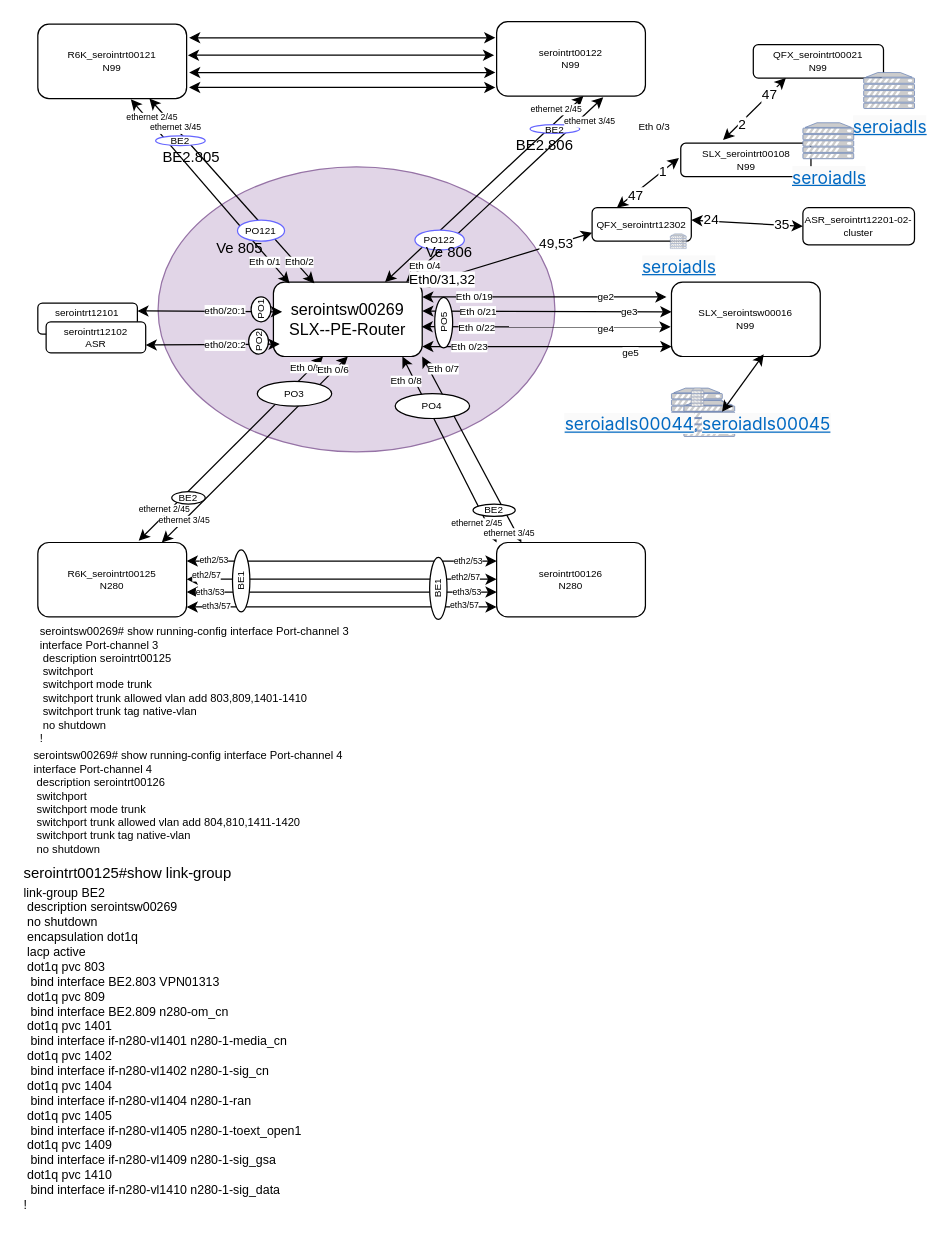
Before: N99_N280EXMPLE.drawio in nabi69/python-random-quote, a draw.io diagram. Source tidied: cells renumbered, new cells numbered last; positions are measured from the earlier drawing's top-left corner, leaving out a move shared by most shapes. Both pictures are drawn from the tidied source at 124%, with x=0, y=0 at pixel (21, 21).
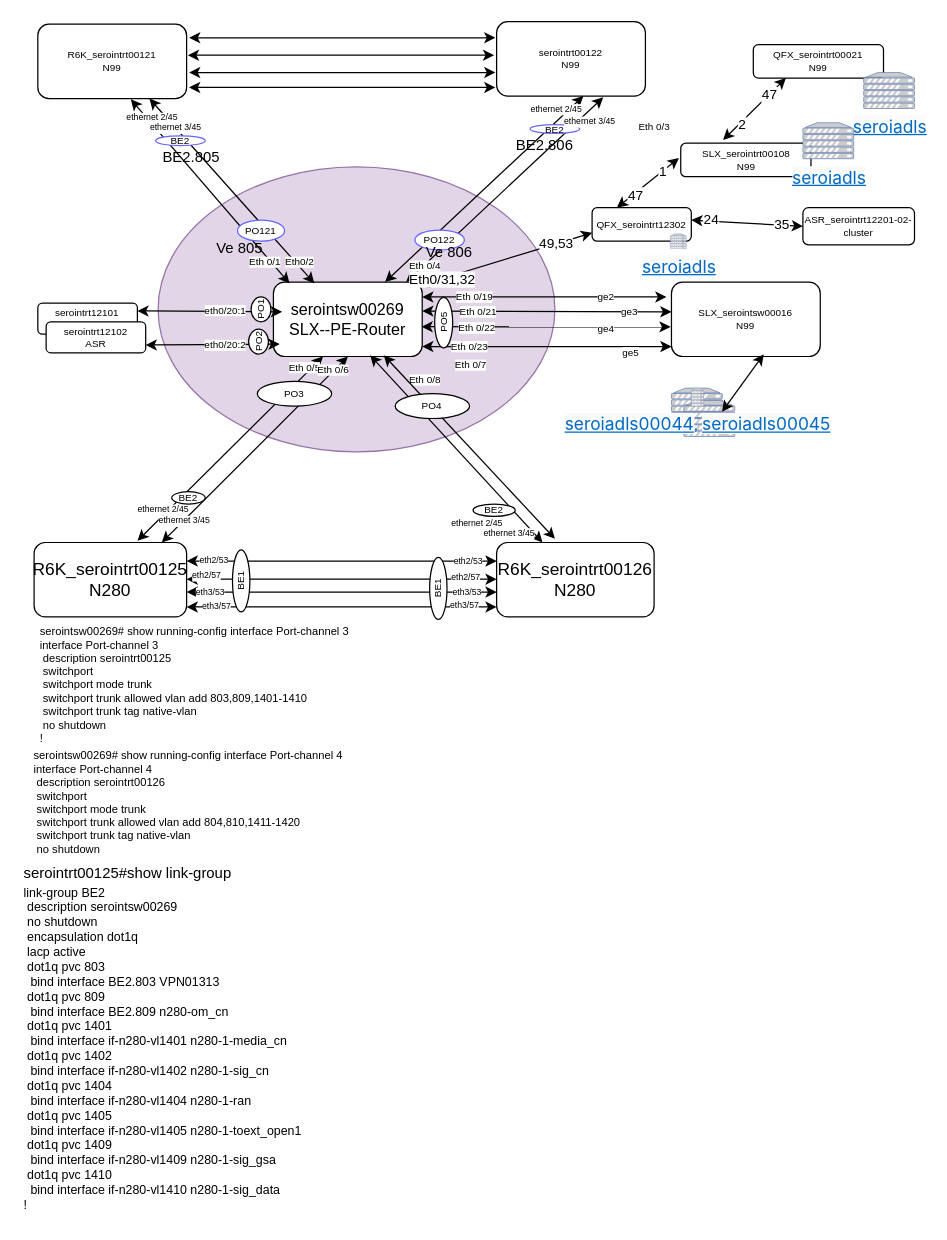
The same page after the edit.

The change refers to these unchanged cells:
```xml
<mxCell id="3" value="&lt;font style=&quot;font-size: 13px;&quot;&gt;serointsw00269&lt;br style=&quot;&quot;&gt;SLX--PE-Router&lt;/font&gt;" style="rounded=1;whiteSpace=wrap;html=1;fontSize=8;" parent="1" vertex="1">
  <mxGeometry x="203" y="210" width="120" height="60" as="geometry" />
</mxCell>
```

Change to the diagram source:
```diff
@@
-    <mxCell id="14" value="serointrt00126&lt;br style=&quot;font-size: 8px;&quot;&gt;N280" style="rounded=1;whiteSpace=wrap;html=1;fontSize=8;" parent="1" vertex="1">
-      <mxGeometry x="383" y="420" width="120" height="60" as="geometry" />
+    <mxCell id="14" value="&lt;font style=&quot;font-size: 14px;&quot;&gt;R6K_serointrt00126&lt;br style=&quot;&quot;&gt;N280&lt;/font&gt;" style="rounded=1;whiteSpace=wrap;html=1;fontSize=8;" parent="1" vertex="1">
+      <mxGeometry x="383" y="420" width="127" height="60" as="geometry" />
     </mxCell>
-    <mxCell id="15" style="endArrow=classic;startArrow=classic;html=1;rounded=0;exitX=0;exitY=0;exitDx=0;exitDy=0;fontSize=8;" parent="1" edge="1" source="14">
+    <mxCell id="15" style="endArrow=classic;startArrow=classic;html=1;rounded=0;exitX=0;exitY=0;exitDx=0;exitDy=0;fontSize=8;entryX=0.65;entryY=0.983;entryDx=0;entryDy=0;entryPerimeter=0;" parent="1" edge="1" target="3">
       <mxGeometry relative="1" as="geometry">
-        <mxPoint x="307" y="270" as="targetPoint" />
+        <mxPoint x="420" y="420" as="sourcePoint" />
       </mxGeometry>
     </mxCell>
@@
-    <mxCell id="17" style="endArrow=classic;startArrow=classic;html=1;rounded=0;exitX=1;exitY=0;exitDx=0;exitDy=0;entryX=1;entryY=1;entryDx=0;entryDy=0;fontSize=8;" parent="1" edge="1" target="3">
+    <mxCell id="17" style="endArrow=classic;startArrow=classic;html=1;rounded=0;exitX=1;exitY=0;exitDx=0;exitDy=0;entryX=0.917;entryY=1.017;entryDx=0;entryDy=0;fontSize=8;entryPerimeter=0;" parent="1" edge="1">
       <mxGeometry relative="1" as="geometry">
-        <mxPoint x="403" y="420" as="sourcePoint" />
+        <mxPoint x="430" y="417" as="sourcePoint" />
+        <mxPoint x="292" y="269" as="targetPoint" />
       </mxGeometry>
     </mxCell>
@@
-    <mxCell id="19" value="R6K_serointrt00125&lt;br style=&quot;font-size: 8px;&quot;&gt;N280" style="rounded=1;whiteSpace=wrap;html=1;fontSize=8;" parent="1" vertex="1">
-      <mxGeometry x="13" y="420" width="120" height="60" as="geometry" />
+    <mxCell id="19" value="&lt;font style=&quot;font-size: 14px;&quot;&gt;R6K_serointrt00125&lt;br style=&quot;&quot;&gt;N280&lt;/font&gt;" style="rounded=1;whiteSpace=wrap;html=1;fontSize=8;" parent="1" vertex="1">
+      <mxGeometry x="10" y="420" width="123" height="60" as="geometry" />
     </mxCell>
```
